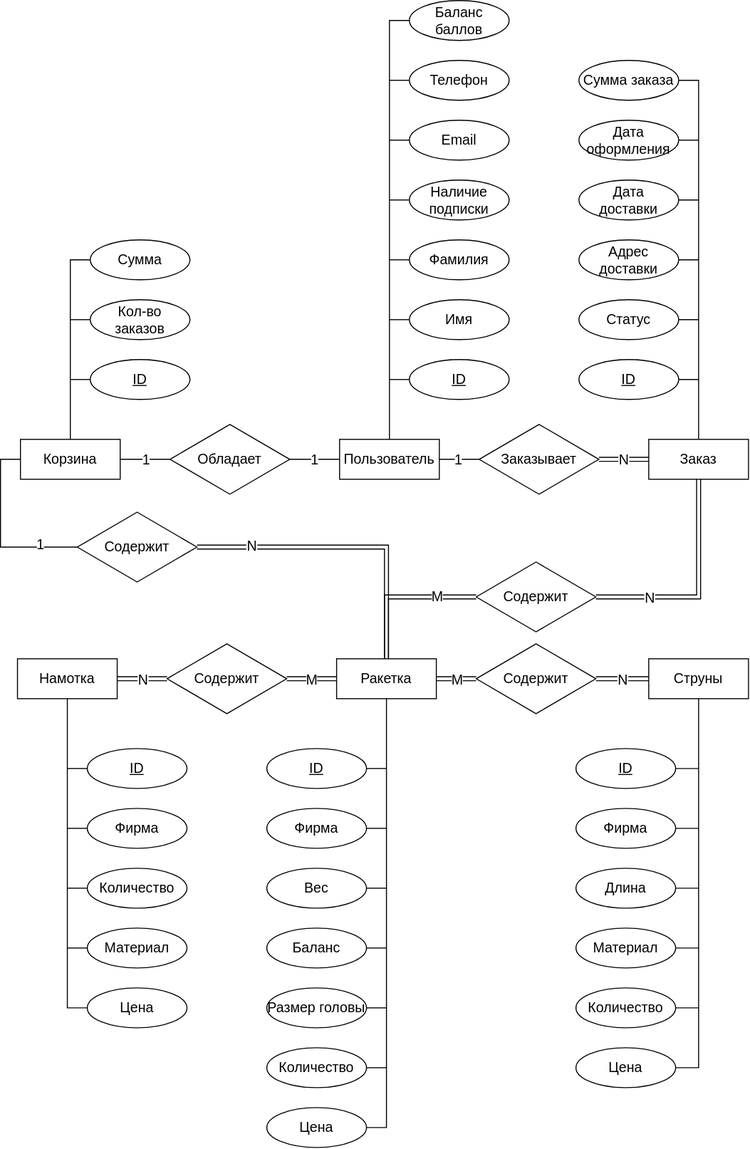
This is schemes/svg/ER-roles.svg from mshsvnv/SoftwareDesign, a draw.io export, as it was before one commit. Source tidied: cells renumbered, new cells last; positions are measured from the earlier drawing's top-left corner, leaving out a move shared by most shapes.
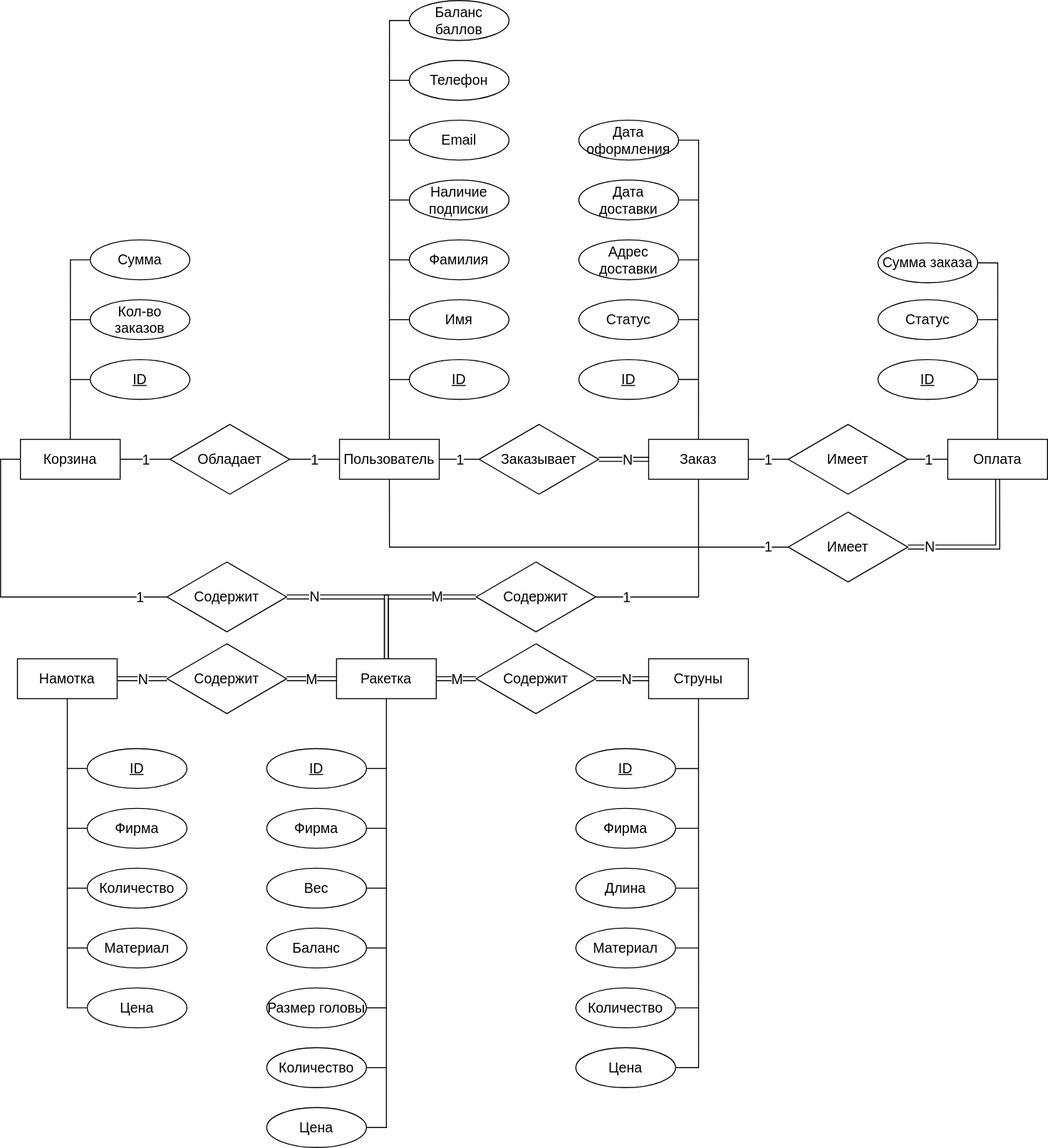
Later version of the same file.

The edit, as a diff of the source:
```diff
@@ -60,7 +60,7 @@
     </mxCell>
     <mxCell id="18" value="N" style="edgeLabel;html=1;align=center;verticalAlign=middle;fontSize=14;fontFamily=Helvetica;fontColor=default;" parent="17" vertex="1">
       <mxGeometry x="-0.06" y="-1" relative="1" as="geometry">
-        <mxPoint x="1" y="-1" as="offset" />
+        <mxPoint x="4" y="-1" as="offset" />
       </mxGeometry>
     </mxCell>
     <mxCell id="19" value="Заказывает" style="rhombus;whiteSpace=wrap;html=1;fontSize=14;" parent="1" vertex="1">
@@ -219,7 +219,7 @@
     </mxCell>
     <mxCell id="61" value="N" style="edgeLabel;html=1;align=center;verticalAlign=middle;fontSize=14;fontFamily=Helvetica;fontColor=default;" parent="60" vertex="1">
       <mxGeometry x="0.03" y="1" relative="1" as="geometry">
-        <mxPoint x="-1" y="1" as="offset" />
+        <mxPoint x="3" y="1" as="offset" />
       </mxGeometry>
     </mxCell>
     <mxCell id="62" value="Содержит" style="rhombus;whiteSpace=wrap;html=1;fontSize=14;" parent="1" vertex="1">
@@ -263,10 +263,7 @@
     <mxCell id="72" value="Адрес &lt;br style=&quot;font-size: 14px;&quot;&gt;доставки" style="ellipse;whiteSpace=wrap;html=1;align=center;fontSize=14;" parent="65" vertex="1">
       <mxGeometry y="180" width="100" height="40" as="geometry" />
     </mxCell>
-    <mxCell id="73" value="Сумма заказа" style="ellipse;whiteSpace=wrap;html=1;align=center;fontSize=14;" parent="65" vertex="1">
-      <mxGeometry width="100" height="40" as="geometry" />
-    </mxCell>
-    <mxCell id="74" style="edgeStyle=orthogonalEdgeStyle;shape=connector;rounded=0;jettySize=auto;html=1;exitX=0.5;exitY=0;exitDx=0;exitDy=0;entryX=1;entryY=0.5;entryDx=0;entryDy=0;labelBackgroundColor=default;strokeColor=default;align=center;verticalAlign=middle;fontFamily=Helvetica;fontSize=14;fontColor=default;endArrow=none;endFill=0;" parent="65" edge="1" source="66" target="73">
+    <mxCell id="74" style="edgeStyle=orthogonalEdgeStyle;shape=connector;rounded=0;jettySize=auto;html=1;exitX=0.5;exitY=0;exitDx=0;exitDy=0;entryX=1;entryY=0.5;entryDx=0;entryDy=0;labelBackgroundColor=default;strokeColor=default;align=center;verticalAlign=middle;fontFamily=Helvetica;fontSize=14;fontColor=default;endArrow=none;endFill=0;" parent="65" edge="1" source="66" target="78">
       <mxGeometry relative="1" as="geometry" />
     </mxCell>
     <mxCell id="75" style="edgeStyle=orthogonalEdgeStyle;shape=connector;rounded=0;jettySize=auto;html=1;exitX=1;exitY=0.5;exitDx=0;exitDy=0;labelBackgroundColor=default;strokeColor=default;align=center;verticalAlign=middle;fontFamily=Helvetica;fontSize=14;fontColor=default;endArrow=none;endFill=0;" parent="65" edge="1" source="76">
@@ -277,20 +274,15 @@
     <mxCell id="76" value="Дата &lt;br style=&quot;font-size: 14px;&quot;&gt;доставки" style="ellipse;whiteSpace=wrap;html=1;align=center;fontSize=14;" parent="65" vertex="1">
       <mxGeometry y="120" width="100" height="40" as="geometry" />
     </mxCell>
-    <mxCell id="77" style="edgeStyle=orthogonalEdgeStyle;shape=connector;rounded=0;jettySize=auto;html=1;exitX=1;exitY=0.5;exitDx=0;exitDy=0;labelBackgroundColor=default;strokeColor=default;align=center;verticalAlign=middle;fontFamily=Helvetica;fontSize=14;fontColor=default;endArrow=none;endFill=0;" parent="65" edge="1" source="78">
-      <mxGeometry relative="1" as="geometry">
-        <mxPoint x="120" y="80.1" as="targetPoint" />
-      </mxGeometry>
-    </mxCell>
     <mxCell id="78" value="Дата &lt;br style=&quot;font-size: 14px;&quot;&gt;оформления" style="ellipse;whiteSpace=wrap;html=1;align=center;fontSize=14;" parent="65" vertex="1">
       <mxGeometry y="60" width="100" height="40" as="geometry" />
     </mxCell>
-    <mxCell id="79" style="edgeStyle=orthogonalEdgeStyle;shape=link;rounded=0;jettySize=auto;html=1;exitX=0.5;exitY=1;exitDx=0;exitDy=0;entryX=1;entryY=0.5;entryDx=0;entryDy=0;labelBackgroundColor=default;strokeColor=default;align=center;verticalAlign=middle;fontFamily=Helvetica;fontSize=14;fontColor=default;endArrow=none;endFill=0;" parent="1" edge="1" source="66" target="22">
+    <mxCell id="79" style="edgeStyle=orthogonalEdgeStyle;rounded=0;jettySize=auto;html=1;exitX=0.5;exitY=1;exitDx=0;exitDy=0;entryX=1;entryY=0.5;entryDx=0;entryDy=0;labelBackgroundColor=default;strokeColor=default;align=center;verticalAlign=middle;fontFamily=Helvetica;fontSize=14;fontColor=default;endArrow=none;endFill=0;" parent="1" edge="1" source="66" target="22">
       <mxGeometry relative="1" as="geometry" />
     </mxCell>
-    <mxCell id="80" value="N" style="edgeLabel;html=1;align=center;verticalAlign=middle;fontSize=14;fontFamily=Helvetica;fontColor=default;" parent="79" vertex="1">
+    <mxCell id="80" value="1" style="edgeLabel;html=1;align=center;verticalAlign=middle;fontSize=14;fontFamily=Helvetica;fontColor=default;" parent="79" vertex="1">
       <mxGeometry x="-0.64" relative="1" as="geometry">
-        <mxPoint x="-50" y="78" as="offset" />
+        <mxPoint x="-73" y="78" as="offset" />
       </mxGeometry>
     </mxCell>
     <mxCell id="81" style="edgeStyle=orthogonalEdgeStyle;shape=connector;rounded=0;jettySize=auto;html=1;exitX=0.5;exitY=1;exitDx=0;exitDy=0;entryX=0;entryY=0.5;entryDx=0;entryDy=0;labelBackgroundColor=default;strokeColor=default;align=center;verticalAlign=middle;fontFamily=Helvetica;fontSize=14;fontColor=default;endArrow=none;endFill=0;" parent="1" edge="1" source="82" target="90">
@@ -340,6 +332,13 @@
     <mxCell id="93" value="Баланс баллов" style="ellipse;whiteSpace=wrap;html=1;align=center;fontSize=14;" parent="1" vertex="1">
       <mxGeometry x="393" width="100" height="40" as="geometry" />
     </mxCell>
+    <mxCell id="113" style="edgeStyle=orthogonalEdgeStyle;rounded=0;jettySize=auto;html=1;exitX=0.5;exitY=1;exitDx=0;exitDy=0;entryX=0;entryY=0.5;entryDx=0;entryDy=0;strokeColor=default;align=center;verticalAlign=middle;fontFamily=Helvetica;fontSize=11;fontColor=default;labelBackgroundColor=default;endArrow=none;endFill=0;" parent="1" edge="1" source="94" target="126">
+      <mxGeometry relative="1" as="geometry">
+        <Array as="points">
+          <mxPoint x="373" y="548" />
+        </Array>
+      </mxGeometry>
+    </mxCell>
     <mxCell id="94" value="Пользователь" style="whiteSpace=wrap;html=1;align=center;fontSize=14;" parent="1" vertex="1">
       <mxGeometry x="323" y="440" width="100" height="40" as="geometry" />
     </mxCell>
@@ -397,25 +396,86 @@
     <mxCell id="108" style="edgeStyle=orthogonalEdgeStyle;rounded=0;jettySize=auto;html=1;exitX=1;exitY=0.5;exitDx=0;exitDy=0;shape=link;" parent="1" edge="1" source="109" target="24">
       <mxGeometry relative="1" as="geometry">
         <Array as="points">
-          <mxPoint x="370" y="548" />
+          <mxPoint x="370" y="598" />
         </Array>
       </mxGeometry>
     </mxCell>
     <mxCell id="109" value="Содержит" style="rhombus;whiteSpace=wrap;html=1;fontSize=14;" parent="1" vertex="1">
-      <mxGeometry x="60" y="513" width="120" height="70" as="geometry" />
+      <mxGeometry x="150" y="563" width="120" height="70" as="geometry" />
     </mxCell>
     <mxCell id="110" style="edgeStyle=orthogonalEdgeStyle;rounded=0;jettySize=auto;html=1;exitX=0;exitY=0.5;exitDx=0;exitDy=0;entryX=0;entryY=0.5;entryDx=0;entryDy=0;endArrow=none;endFill=0;fontSize=14;" parent="1" edge="1" source="8" target="109">
       <mxGeometry relative="1" as="geometry" />
     </mxCell>
     <mxCell id="111" value="1" style="edgeLabel;html=1;align=center;verticalAlign=middle;fontSize=14;" parent="110" vertex="1">
       <mxGeometry y="1" relative="1" as="geometry">
-        <mxPoint x="38" y="13" as="offset" />
+        <mxPoint x="135" y="1" as="offset" />
       </mxGeometry>
     </mxCell>
     <mxCell id="112" value="N" style="edgeLabel;html=1;align=center;verticalAlign=middle;fontSize=14;fontFamily=Helvetica;fontColor=default;" parent="1" vertex="1">
-      <mxGeometry x="313" y="495" as="geometry">
+      <mxGeometry x="376" y="546" as="geometry">
         <mxPoint x="-79" y="51" as="offset" />
       </mxGeometry>
     </mxCell>
+    <mxCell id="114" style="edgeStyle=orthogonalEdgeStyle;rounded=0;jettySize=auto;html=1;exitX=1;exitY=0.5;exitDx=0;exitDy=0;entryX=0;entryY=0.5;entryDx=0;entryDy=0;strokeColor=default;align=center;verticalAlign=middle;fontFamily=Helvetica;fontSize=11;fontColor=default;labelBackgroundColor=default;endArrow=none;endFill=0;" parent="1" edge="1" source="115" target="117">
+      <mxGeometry relative="1" as="geometry" />
+    </mxCell>
+    <mxCell id="115" value="Имеет" style="rhombus;whiteSpace=wrap;html=1;fontSize=14;" parent="1" vertex="1">
+      <mxGeometry x="773" y="425" width="120" height="70" as="geometry" />
+    </mxCell>
+    <mxCell id="116" style="group;fontSize=14;" parent="1" vertex="1">
+      <mxGeometry x="863" y="60" width="170" height="420" as="geometry" />
+    </mxCell>
+    <mxCell id="117" value="Оплата" style="whiteSpace=wrap;html=1;align=center;fontSize=14;" parent="116" vertex="1">
+      <mxGeometry x="70" y="380" width="100" height="40" as="geometry" />
+    </mxCell>
+    <mxCell id="118" style="edgeStyle=orthogonalEdgeStyle;shape=connector;rounded=0;jettySize=auto;html=1;exitX=1;exitY=0.5;exitDx=0;exitDy=0;labelBackgroundColor=default;strokeColor=default;align=center;verticalAlign=middle;fontFamily=Helvetica;fontSize=14;fontColor=default;endArrow=none;endFill=0;" parent="116" edge="1" source="119">
+      <mxGeometry relative="1" as="geometry">
+        <mxPoint x="120" y="320" as="targetPoint" />
+      </mxGeometry>
+    </mxCell>
+    <mxCell id="119" value="ID" style="ellipse;whiteSpace=wrap;html=1;align=center;fontStyle=4;fontSize=14;" parent="116" vertex="1">
+      <mxGeometry y="300" width="100" height="40" as="geometry" />
+    </mxCell>
+    <mxCell id="120" style="edgeStyle=orthogonalEdgeStyle;shape=connector;rounded=0;jettySize=auto;html=1;exitX=1;exitY=0.5;exitDx=0;exitDy=0;labelBackgroundColor=default;strokeColor=default;align=center;verticalAlign=middle;fontFamily=Helvetica;fontSize=14;fontColor=default;endArrow=none;endFill=0;" parent="116" edge="1" source="121">
+      <mxGeometry relative="1" as="geometry">
+        <mxPoint x="120" y="260" as="targetPoint" />
+      </mxGeometry>
+    </mxCell>
+    <mxCell id="121" value="Статус" style="ellipse;whiteSpace=wrap;html=1;align=center;fontSize=14;" parent="116" vertex="1">
+      <mxGeometry y="240" width="100" height="40" as="geometry" />
+    </mxCell>
+    <mxCell id="73" value="Сумма заказа" style="ellipse;whiteSpace=wrap;html=1;align=center;fontSize=14;" parent="116" vertex="1">
+      <mxGeometry y="183" width="100" height="40" as="geometry" />
+    </mxCell>
+    <mxCell id="122" style="edgeStyle=orthogonalEdgeStyle;shape=connector;rounded=0;jettySize=auto;html=1;exitX=0.5;exitY=0;exitDx=0;exitDy=0;entryX=1;entryY=0.5;entryDx=0;entryDy=0;labelBackgroundColor=default;strokeColor=default;align=center;verticalAlign=middle;fontFamily=Helvetica;fontSize=14;fontColor=default;endArrow=none;endFill=0;" parent="116" edge="1" source="117" target="73">
+      <mxGeometry relative="1" as="geometry" />
+    </mxCell>
+    <mxCell id="123" value="1" style="edgeLabel;html=1;align=center;verticalAlign=middle;fontFamily=Helvetica;fontSize=14;fontColor=default;labelBackgroundColor=default;" parent="116" vertex="1">
+      <mxGeometry x="50" y="400" as="geometry" />
+    </mxCell>
+    <mxCell id="124" style="edgeStyle=orthogonalEdgeStyle;rounded=0;jettySize=auto;html=1;exitX=1;exitY=0.5;exitDx=0;exitDy=0;endArrow=none;endFill=0;" parent="1" edge="1" source="66" target="115">
+      <mxGeometry relative="1" as="geometry" />
+    </mxCell>
+    <mxCell id="125" value="1" style="edgeLabel;html=1;align=center;verticalAlign=middle;fontFamily=Helvetica;fontSize=14;fontColor=default;labelBackgroundColor=default;" parent="124" vertex="1">
+      <mxGeometry x="-0.33" relative="1" as="geometry">
+        <mxPoint x="6" as="offset" />
+      </mxGeometry>
+    </mxCell>
+    <mxCell id="126" value="Имеет" style="rhombus;whiteSpace=wrap;html=1;fontSize=14;" parent="1" vertex="1">
+      <mxGeometry x="773" y="513" width="120" height="70" as="geometry" />
+    </mxCell>
+    <mxCell id="127" style="edgeStyle=orthogonalEdgeStyle;rounded=0;jettySize=auto;html=1;exitX=0.5;exitY=1;exitDx=0;exitDy=0;entryX=1;entryY=0.5;entryDx=0;entryDy=0;strokeColor=default;align=center;verticalAlign=middle;fontFamily=Helvetica;fontSize=11;fontColor=default;labelBackgroundColor=default;endArrow=none;endFill=0;shape=link;" parent="1" edge="1" source="117" target="126">
+      <mxGeometry relative="1" as="geometry" />
+    </mxCell>
+    <mxCell id="128" value="1" style="edgeLabel;html=1;align=center;verticalAlign=middle;fontFamily=Helvetica;fontSize=14;fontColor=default;labelBackgroundColor=default;" parent="1" vertex="1">
+      <mxGeometry x="762" y="467" as="geometry">
+        <mxPoint x="-10" y="80" as="offset" />
+      </mxGeometry>
+    </mxCell>
+    <mxCell id="129" value="N" style="edgeLabel;html=1;align=center;verticalAlign=middle;fontSize=14;fontFamily=Helvetica;fontColor=default;" parent="1" vertex="1">
+      <mxGeometry x="643" y="594" as="geometry">
+        <mxPoint x="271" y="-47" as="offset" />
+      </mxGeometry>
+    </mxCell>
   </root>
 </mxGraphModel>
```
